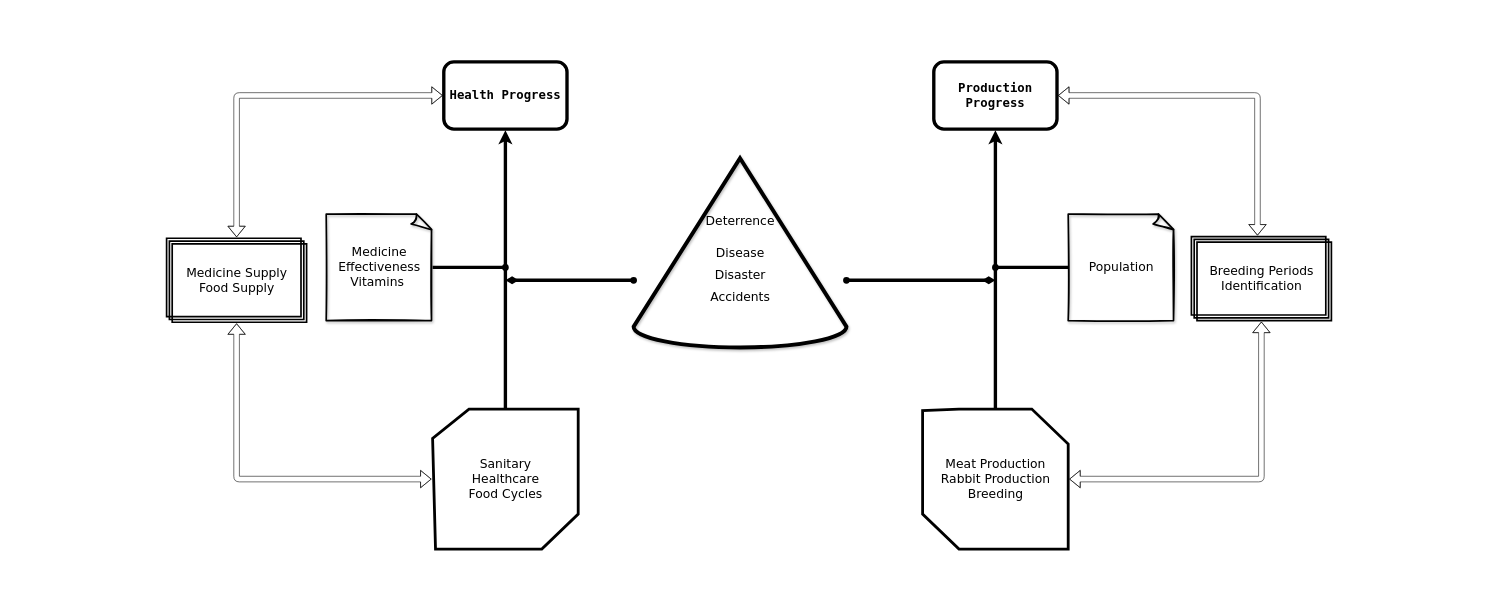
Above: Conceptual Framework.drawio in SejiMe/rpc-system (draw.io), before the change. Source tidied: cells renumbered, new cells numbered last; positions are measured from the earlier drawing's top-left corner, leaving out a move shared by most shapes. Both pictures are drawn from the tidied source at 56%, with x=0, y=0 at pixel (166, 62).
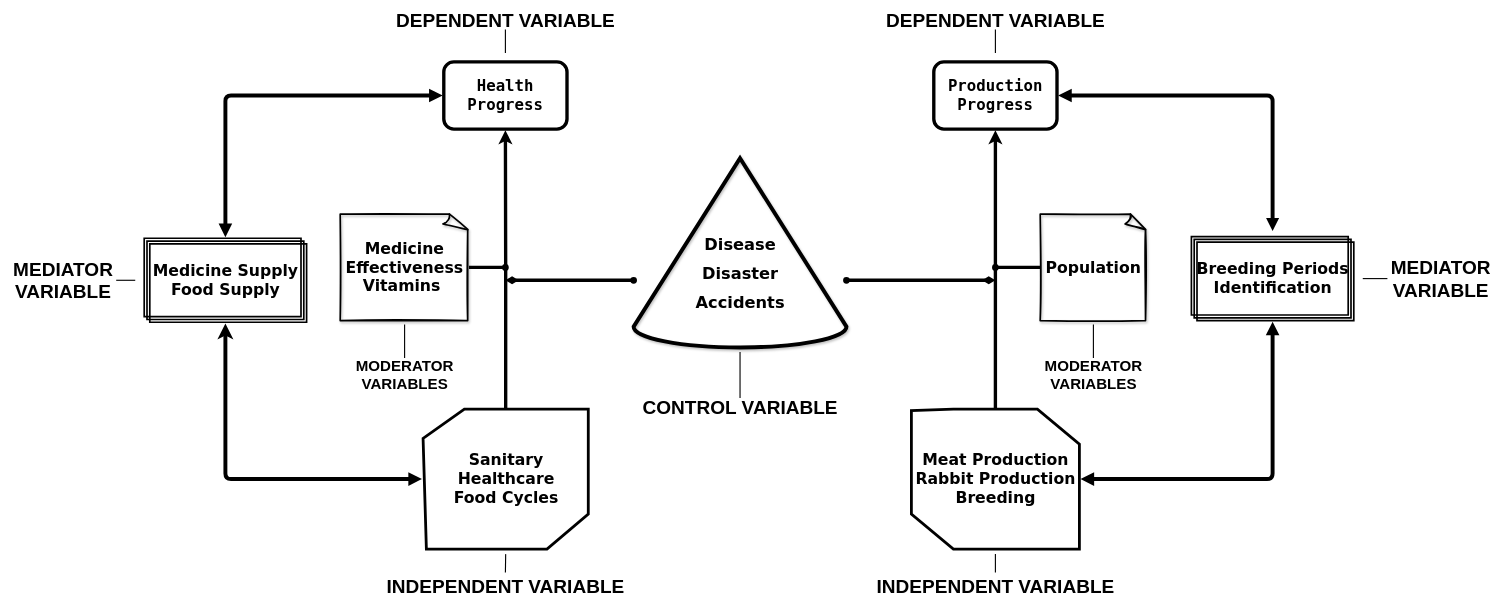
After the change.

Change to the diagram source:
```diff
@@
-    <mxCell id="4" style="edgeStyle=orthogonalEdgeStyle;shape=flexArrow;rounded=1;jumpStyle=none;jettySize=auto;html=1;fontFamily=Verdana;fontSize=22;fontColor=#000000;startArrow=oval;startFill=0;endArrow=oval;endFill=1;" parent="1" edge="1" source="5" target="12">
+    <mxCell id="4" style="edgeStyle=orthogonalEdgeStyle;rounded=1;jumpStyle=none;jettySize=auto;html=1;fontFamily=Verdana;fontSize=22;fontColor=#000000;startArrow=block;startFill=1;endArrow=block;endFill=1;strokeWidth=7;" parent="1" edge="1" source="5" target="12">
       <mxGeometry relative="1" as="geometry" />
     </mxCell>
-    <mxCell id="5" value="Health Progress" style="rounded=1;fillColor=none;fontFamily=Lucida Console;textDirection=ltr;labelBorderColor=none;strokeWidth=6;perimeterSpacing=2;fontStyle=1;fontColor=#000000;horizontal=1;whiteSpace=wrap;html=1;spacingLeft=0;fontSize=22;" parent="1" vertex="1">
+    <mxCell id="5" value="Health Progress" style="rounded=1;fillColor=none;fontFamily=Lucida Console;textDirection=ltr;labelBorderColor=none;strokeWidth=6;perimeterSpacing=2;fontStyle=1;fontColor=#000000;horizontal=1;whiteSpace=wrap;html=1;spacingLeft=0;fontSize=28;" parent="1" vertex="1">
       <mxGeometry x="495" width="220" height="120" as="geometry" />
     </mxCell>
+    <mxCell id="21" style="edgeStyle=orthogonalEdgeStyle;rounded=1;jumpStyle=line;jettySize=auto;html=1;exitX=1;exitY=0.5;exitDx=0;exitDy=0;fontSize=28;startArrow=block;startFill=1;endArrow=block;endFill=1;endSize=5;sourcePerimeterSpacing=2;targetPerimeterSpacing=8;strokeColor=default;strokeWidth=7;" parent="1" edge="1" source="6" target="14">
+      <mxGeometry relative="1" as="geometry" />
+    </mxCell>
-    <mxCell id="6" value="Production Progress" style="rounded=1;fillColor=none;fontFamily=Lucida Console;textDirection=ltr;labelBorderColor=none;strokeWidth=6;perimeterSpacing=2;fontStyle=1;fontColor=#000000;horizontal=1;whiteSpace=wrap;html=1;spacingLeft=0;fontSize=22;" parent="1" vertex="1">
+    <mxCell id="6" value="Production Progress" style="rounded=1;fillColor=none;fontFamily=Lucida Console;textDirection=ltr;labelBorderColor=none;strokeWidth=6;perimeterSpacing=2;fontStyle=1;fontColor=#000000;horizontal=1;whiteSpace=wrap;html=1;spacingLeft=0;fontSize=28;" parent="1" vertex="1">
       <mxGeometry x="1370" width="220" height="120" as="geometry" />
     </mxCell>
-    <mxCell id="7" value="&lt;p style=&quot;line-height: 0.8; font-size: 22px;&quot;&gt;Deterrence&lt;br style=&quot;font-size: 22px;&quot;&gt;&lt;br style=&quot;font-size: 22px;&quot;&gt;&lt;/p&gt;&lt;p style=&quot;line-height: 0.8; font-size: 22px;&quot;&gt;Disease&lt;/p&gt;&lt;p style=&quot;line-height: 0.8; font-size: 22px;&quot;&gt;Disaster&lt;/p&gt;&lt;p style=&quot;line-height: 0.8; font-size: 22px;&quot;&gt;Accidents&lt;/p&gt;" style="verticalLabelPosition=middle;verticalAlign=middle;html=1;shape=mxgraph.basic.cone2;dx=0.5;dy=0.89;shadow=1;labelBorderColor=none;fontFamily=Verdana;fontSize=22;strokeWidth=7;fillColor=none;labelPosition=center;align=center;strokeColor=#000000;sketch=0;spacingTop=21;" parent="1" vertex="1">
+    <mxCell id="7" value="&lt;p style=&quot;line-height: 0.8; font-size: 29px;&quot;&gt;&lt;br style=&quot;font-size: 29px;&quot;&gt;&lt;/p&gt;&lt;p style=&quot;line-height: 0.8; font-size: 29px;&quot;&gt;Disease&lt;/p&gt;&lt;p style=&quot;line-height: 0.8; font-size: 29px;&quot;&gt;Disaster&lt;/p&gt;&lt;p style=&quot;line-height: 0.8; font-size: 29px;&quot;&gt;Accidents&lt;/p&gt;" style="verticalLabelPosition=middle;verticalAlign=middle;html=1;shape=mxgraph.basic.cone2;dx=0.5;dy=0.89;shadow=1;labelBorderColor=none;fontFamily=Verdana;fontSize=29;strokeWidth=7;fillColor=none;labelPosition=center;align=center;strokeColor=#000000;sketch=0;spacingTop=21;fontStyle=1;" parent="1" vertex="1">
       <mxGeometry x="834" y="172" width="380" height="338" as="geometry" />
     </mxCell>
-    <mxCell id="8" style="edgeStyle=orthogonalEdgeStyle;rounded=1;jettySize=auto;html=1;fontFamily=Verdana;fontSize=22;fontColor=#000000;startArrow=classicThin;startFill=0;shape=flexArrow;" parent="1" edge="1" source="9" target="12">
+    <mxCell id="8" style="edgeStyle=orthogonalEdgeStyle;rounded=1;jettySize=auto;html=1;fontFamily=Verdana;fontSize=22;fontColor=#000000;startArrow=block;startFill=1;strokeWidth=7;" parent="1" edge="1" source="9" target="12">
       <mxGeometry relative="1" as="geometry" />
     </mxCell>
-    <mxCell id="9" value="Sanitary&lt;br style=&quot;font-size: 22px;&quot;&gt;Healthcare&lt;br style=&quot;font-size: 22px;&quot;&gt;Food Cycles" style="verticalLabelPosition=middle;verticalAlign=middle;html=1;shape=mxgraph.basic.polygon;polyCoords=[[0.25,0],[0.75,0],[1,0],[1,0.75],[0.75,1],[0.25,1],[0.02,1],[0,0.21]];polyline=0;shadow=0;labelBorderColor=none;sketch=0;fontFamily=Verdana;fontSize=22;strokeWidth=5;fillColor=none;gradientDirection=north;perimeterSpacing=2;labelPosition=center;align=center;strokeColor=#000000;" parent="1" vertex="1">
-      <mxGeometry x="475" y="620" width="260" height="250" as="geometry" />
+    <mxCell id="9" value="Sanitary&lt;br style=&quot;font-size: 28px;&quot;&gt;Healthcare&lt;br style=&quot;font-size: 28px;&quot;&gt;Food Cycles" style="verticalLabelPosition=middle;verticalAlign=middle;html=1;shape=mxgraph.basic.polygon;polyCoords=[[0.25,0],[0.75,0],[1,0],[1,0.75],[0.75,1],[0.25,1],[0.02,1],[0,0.21]];polyline=0;shadow=0;labelBorderColor=none;sketch=0;fontFamily=Verdana;fontSize=28;strokeWidth=5;fillColor=none;gradientDirection=north;perimeterSpacing=2;labelPosition=center;align=center;strokeColor=#000000;fontStyle=1;" parent="1" vertex="1">
+      <mxGeometry x="458" y="620" width="295" height="250" as="geometry" />
     </mxCell>
-    <mxCell id="10" style="edgeStyle=orthogonalEdgeStyle;shape=flexArrow;rounded=1;jumpStyle=none;jettySize=auto;html=1;fontFamily=Verdana;fontSize=22;fontColor=#000000;startArrow=oval;startFill=0;endArrow=oval;endFill=1;" parent="1" edge="1" source="11" target="14">
+    <mxCell id="10" style="edgeStyle=orthogonalEdgeStyle;rounded=1;jumpStyle=none;jettySize=auto;html=1;fontFamily=Verdana;fontSize=22;fontColor=#000000;startArrow=block;startFill=1;endArrow=block;endFill=1;strokeWidth=7;" parent="1" edge="1" source="11" target="14">
       <mxGeometry relative="1" as="geometry" />
     </mxCell>
-    <mxCell id="11" value="Meat Production&lt;br style=&quot;font-size: 22px;&quot;&gt;Rabbit Production&lt;br style=&quot;font-size: 22px;&quot;&gt;Breeding" style="verticalLabelPosition=middle;verticalAlign=middle;html=1;shape=mxgraph.basic.polygon;polyCoords=[[0.25,0],[0.75,0],[1,0.25],[1,1],[0.75,1],[0.25,1],[0,0.75],[0,0.01]];polyline=0;shadow=0;labelBorderColor=none;sketch=0;fontFamily=Verdana;fontSize=22;strokeWidth=5;fillColor=none;gradientDirection=north;perimeterSpacing=2;labelPosition=center;align=center;strokeColor=#000000;" parent="1" vertex="1">
-      <mxGeometry x="1350" y="620" width="260" height="250" as="geometry" />
+    <mxCell id="11" value="Meat Production&lt;br style=&quot;font-size: 28px;&quot;&gt;Rabbit Production&lt;br style=&quot;font-size: 28px;&quot;&gt;Breeding" style="verticalLabelPosition=middle;verticalAlign=middle;html=1;shape=mxgraph.basic.polygon;polyCoords=[[0.25,0],[0.75,0],[1,0.25],[1,1],[0.75,1],[0.25,1],[0,0.75],[0,0.01]];polyline=0;shadow=0;labelBorderColor=none;sketch=0;fontFamily=Verdana;fontSize=28;strokeWidth=5;fillColor=none;gradientDirection=north;perimeterSpacing=2;labelPosition=center;align=center;strokeColor=#000000;fontStyle=1;" parent="1" vertex="1">
+      <mxGeometry x="1330" y="620" width="300" height="250" as="geometry" />
     </mxCell>
-    <mxCell id="12" value="&lt;font face=&quot;Verdana&quot; style=&quot;font-size: 22px;&quot;&gt;Medicine Supply&lt;br style=&quot;font-size: 22px;&quot;&gt;Food Supply&lt;br style=&quot;font-size: 22px;&quot;&gt;&lt;/font&gt;" style="verticalLabelPosition=middle;verticalAlign=middle;html=1;shape=mxgraph.basic.layered_rect;dx=10;outlineConnect=0;labelBorderColor=none;fontFamily=Lucida Console;fontSize=22;strokeWidth=3;fillColor=none;strokeColor=#000000;labelPosition=center;align=center;textDirection=ltr;fontStyle=0;perimeterSpacing=2;shadow=0;" parent="1" vertex="1">
-      <mxGeometry y="315" width="250" height="150" as="geometry" />
+    <mxCell id="12" value="&lt;font face=&quot;Verdana&quot; style=&quot;font-size: 28px;&quot;&gt;Medicine Supply&lt;br style=&quot;font-size: 28px;&quot;&gt;Food Supply&lt;br style=&quot;font-size: 28px;&quot;&gt;&lt;/font&gt;" style="verticalLabelPosition=middle;verticalAlign=middle;html=1;shape=mxgraph.basic.layered_rect;dx=10;outlineConnect=0;labelBorderColor=none;fontFamily=Lucida Console;fontSize=28;strokeWidth=3;fillColor=none;strokeColor=#000000;labelPosition=center;align=center;textDirection=ltr;fontStyle=1;perimeterSpacing=2;shadow=0;" parent="1" vertex="1">
+      <mxGeometry x="-40" y="315" width="290" height="150" as="geometry" />
     </mxCell>
-    <mxCell id="13" style="edgeStyle=orthogonalEdgeStyle;shape=flexArrow;rounded=1;jumpStyle=none;jettySize=auto;html=1;exitX=0;exitY=0;exitDx=120;exitDy=0;exitPerimeter=0;entryX=1;entryY=0.5;entryDx=0;entryDy=0;fontFamily=Verdana;fontSize=22;fontColor=#000000;startArrow=oval;startFill=0;endArrow=oval;endFill=1;" parent="1" edge="1" source="14" target="6">
-      <mxGeometry relative="1" as="geometry">
-        <Array as="points">
-          <mxPoint x="1948" y="60" />
-        </Array>
-      </mxGeometry>
-    </mxCell>
-    <mxCell id="14" value="&lt;font face=&quot;Verdana&quot; style=&quot;font-size: 22px&quot;&gt;Breeding Periods&lt;br style=&quot;font-size: 22px&quot;&gt;Identification&lt;/font&gt;" style="verticalLabelPosition=middle;verticalAlign=middle;html=1;shape=mxgraph.basic.layered_rect;dx=10;outlineConnect=0;labelBorderColor=none;fontFamily=Lucida Console;fontSize=22;strokeWidth=3;fillColor=none;strokeColor=#000000;labelPosition=center;align=center;textDirection=ltr;fontStyle=0;perimeterSpacing=2;shadow=0;" parent="1" vertex="1">
-      <mxGeometry x="1830" y="312" width="250" height="150" as="geometry" />
+    <mxCell id="14" value="&lt;font face=&quot;Verdana&quot; style=&quot;font-size: 28px;&quot;&gt;Breeding Periods&lt;br style=&quot;font-size: 28px;&quot;&gt;Identification&lt;/font&gt;" style="verticalLabelPosition=middle;verticalAlign=middle;html=1;shape=mxgraph.basic.layered_rect;dx=10;outlineConnect=0;labelBorderColor=none;fontFamily=Lucida Console;fontSize=28;strokeWidth=3;fillColor=none;strokeColor=#000000;labelPosition=center;align=center;textDirection=ltr;fontStyle=1;perimeterSpacing=2;shadow=0;" parent="1" vertex="1">
+      <mxGeometry x="1830" y="312" width="290" height="150" as="geometry" />
     </mxCell>
@@
-    <mxCell id="16" value="Population" style="whiteSpace=wrap;html=1;shape=mxgraph.basic.document;shadow=1;labelBorderColor=none;sketch=1;fontFamily=Verdana;fontSize=22;fontColor=#000000;strokeWidth=3;fillColor=none;gradientColor=#ffffff;" parent="1" vertex="1">
-      <mxGeometry x="1610" y="272" width="190" height="190" as="geometry" />
+    <mxCell id="16" value="Population" style="whiteSpace=wrap;html=1;shape=mxgraph.basic.document;shadow=1;labelBorderColor=none;sketch=1;fontFamily=Verdana;fontSize=28;fontColor=#000000;strokeWidth=3;fillColor=none;gradientColor=#ffffff;fontStyle=1;" parent="1" vertex="1">
+      <mxGeometry x="1560" y="272" width="190" height="190" as="geometry" />
     </mxCell>
@@
-    <mxCell id="18" value="Medicine Effectiveness&lt;br style=&quot;font-size: 22px;&quot;&gt;Vitamins&amp;nbsp;" style="whiteSpace=wrap;html=1;shape=mxgraph.basic.document;shadow=1;labelBorderColor=none;sketch=1;fontFamily=Verdana;fontSize=22;fontColor=#000000;strokeWidth=3;fillColor=none;gradientColor=#ffffff;" parent="1" vertex="1">
-      <mxGeometry x="285" y="272" width="190" height="190" as="geometry" />
+    <mxCell id="18" value="Medicine Effectiveness&lt;br style=&quot;font-size: 28px;&quot;&gt;Vitamins&amp;nbsp;" style="whiteSpace=wrap;html=1;shape=mxgraph.basic.document;shadow=1;labelBorderColor=none;sketch=1;fontFamily=Verdana;fontSize=28;fontColor=#000000;strokeWidth=3;fillColor=none;gradientColor=#ffffff;fontStyle=1;" parent="1" vertex="1">
+      <mxGeometry x="310" y="272" width="230" height="190" as="geometry" />
     </mxCell>
@@
+    <mxCell id="22" style="edgeStyle=orthogonalEdgeStyle;rounded=1;jumpStyle=line;jettySize=auto;html=1;fontSize=28;startArrow=none;startFill=0;endArrow=none;endFill=0;endSize=5;sourcePerimeterSpacing=2;targetPerimeterSpacing=8;strokeColor=default;strokeWidth=2;" parent="1" edge="1" source="23" target="7">
+      <mxGeometry relative="1" as="geometry" />
+    </mxCell>
+    <mxCell id="23" value="&lt;font style=&quot;font-size: 34px;&quot;&gt;CONTROL VARIABLE&lt;/font&gt;" style="text;html=1;align=center;verticalAlign=middle;points=[];fillColor=none;strokeColor=none;rounded=0;fontStyle=1;" parent="1" vertex="1">
+      <mxGeometry x="844" y="602" width="360" height="30" as="geometry" />
+    </mxCell>
+    <mxCell id="24" style="edgeStyle=orthogonalEdgeStyle;rounded=1;jumpStyle=line;jettySize=auto;html=1;fontSize=27;startArrow=none;startFill=0;endArrow=none;endFill=0;endSize=11;sourcePerimeterSpacing=0;targetPerimeterSpacing=14;strokeColor=default;strokeWidth=2;" parent="1" edge="1" source="25" target="5">
+      <mxGeometry relative="1" as="geometry" />
+    </mxCell>
+    <mxCell id="25" value="&lt;span style=&quot;font-size: 34px;&quot;&gt;DEPENDENT VARIABLE&lt;/span&gt;" style="text;html=1;align=center;verticalAlign=middle;points=[];fillColor=none;strokeColor=none;rounded=0;fontStyle=1;" parent="1" vertex="1">
+      <mxGeometry x="400" y="-88" width="410" height="30" as="geometry" />
+    </mxCell>
+    <mxCell id="26" style="edgeStyle=orthogonalEdgeStyle;rounded=1;jumpStyle=line;jettySize=auto;html=1;fontSize=27;startArrow=none;startFill=0;endArrow=none;endFill=0;endSize=11;sourcePerimeterSpacing=0;targetPerimeterSpacing=14;strokeColor=default;strokeWidth=2;" parent="1" edge="1" source="27" target="6">
+      <mxGeometry relative="1" as="geometry" />
+    </mxCell>
+    <mxCell id="27" value="&lt;span style=&quot;font-size: 34px;&quot;&gt;DEPENDENT VARIABLE&lt;/span&gt;" style="text;html=1;align=center;verticalAlign=middle;points=[];fillColor=none;strokeColor=none;rounded=0;fontStyle=1;" parent="1" vertex="1">
+      <mxGeometry x="1275" y="-88" width="410" height="30" as="geometry" />
+    </mxCell>
+    <mxCell id="28" style="edgeStyle=orthogonalEdgeStyle;rounded=1;jumpStyle=line;jettySize=auto;html=1;fontSize=27;startArrow=none;startFill=0;endArrow=none;endFill=0;endSize=11;sourcePerimeterSpacing=10;targetPerimeterSpacing=7;strokeColor=default;strokeWidth=2;" parent="1" edge="1" source="29" target="9">
+      <mxGeometry relative="1" as="geometry" />
+    </mxCell>
+    <mxCell id="29" value="&lt;span style=&quot;font-size: 34px;&quot;&gt;INDEPENDENT VARIABLE&lt;/span&gt;" style="text;html=1;align=center;verticalAlign=middle;points=[];fillColor=none;strokeColor=none;rounded=0;fontStyle=1;" parent="1" vertex="1">
+      <mxGeometry x="385" y="922" width="440" height="30" as="geometry" />
+    </mxCell>
+    <mxCell id="30" style="edgeStyle=orthogonalEdgeStyle;rounded=1;jumpStyle=line;jettySize=auto;html=1;fontSize=27;startArrow=none;startFill=0;endArrow=none;endFill=0;endSize=11;sourcePerimeterSpacing=10;targetPerimeterSpacing=7;strokeColor=default;strokeWidth=2;" parent="1" edge="1" source="31" target="11">
+      <mxGeometry relative="1" as="geometry" />
+    </mxCell>
+    <mxCell id="31" value="&lt;span style=&quot;font-size: 34px;&quot;&gt;INDEPENDENT VARIABLE&lt;/span&gt;" style="text;html=1;align=center;verticalAlign=middle;points=[];fillColor=none;strokeColor=none;rounded=0;fontStyle=1;" parent="1" vertex="1">
+      <mxGeometry x="1260" y="922" width="440" height="30" as="geometry" />
+    </mxCell>
+    <mxCell id="32" style="edgeStyle=orthogonalEdgeStyle;rounded=1;jumpStyle=line;jettySize=auto;html=1;fontSize=27;startArrow=none;startFill=0;endArrow=none;endFill=0;endSize=11;sourcePerimeterSpacing=0;targetPerimeterSpacing=14;strokeColor=default;strokeWidth=2;" parent="1" edge="1" source="33" target="12">
+      <mxGeometry relative="1" as="geometry" />
+    </mxCell>
+    <mxCell id="33" value="&lt;span style=&quot;font-size: 34px;&quot;&gt;MEDIATOR &lt;br&gt;VARIABLE&lt;/span&gt;" style="text;html=1;align=center;verticalAlign=middle;points=[];fillColor=none;strokeColor=none;rounded=0;fontStyle=1;" parent="1" vertex="1">
+      <mxGeometry x="-280" y="365" width="190" height="50" as="geometry" />
+    </mxCell>
+    <mxCell id="34" style="edgeStyle=orthogonalEdgeStyle;rounded=1;jumpStyle=line;jettySize=auto;html=1;fontSize=27;startArrow=none;startFill=0;endArrow=none;endFill=0;endSize=11;sourcePerimeterSpacing=0;targetPerimeterSpacing=14;strokeColor=default;strokeWidth=2;" parent="1" edge="1" source="35" target="14">
+      <mxGeometry relative="1" as="geometry" />
+    </mxCell>
+    <mxCell id="35" value="&lt;span style=&quot;font-size: 34px;&quot;&gt;MEDIATOR &lt;br&gt;VARIABLE&lt;/span&gt;" style="text;html=1;align=center;verticalAlign=middle;points=[];fillColor=none;strokeColor=none;rounded=0;fontStyle=1;" parent="1" vertex="1">
+      <mxGeometry x="2180" y="362" width="190" height="50" as="geometry" />
+    </mxCell>
+    <mxCell id="36" style="edgeStyle=orthogonalEdgeStyle;rounded=1;jumpStyle=line;jettySize=auto;html=1;fontSize=27;startArrow=none;startFill=0;endArrow=none;endFill=0;endSize=11;sourcePerimeterSpacing=10;targetPerimeterSpacing=7;strokeColor=default;strokeWidth=2;" parent="1" edge="1" source="37" target="18">
+      <mxGeometry relative="1" as="geometry" />
+    </mxCell>
+    <mxCell id="37" value="&lt;span style=&quot;font-size: 27px;&quot;&gt;MODERATOR &lt;br&gt;VARIABLES&lt;/span&gt;" style="text;html=1;align=center;verticalAlign=middle;points=[];fillColor=none;strokeColor=none;rounded=0;fontStyle=1;" parent="1" vertex="1">
+      <mxGeometry x="330" y="539" width="190" height="40" as="geometry" />
+    </mxCell>
+    <mxCell id="38" style="edgeStyle=orthogonalEdgeStyle;rounded=1;jumpStyle=line;jettySize=auto;html=1;fontSize=27;startArrow=none;startFill=0;endArrow=none;endFill=0;endSize=11;sourcePerimeterSpacing=10;targetPerimeterSpacing=7;strokeColor=default;strokeWidth=2;" parent="1" edge="1" source="39" target="16">
+      <mxGeometry relative="1" as="geometry" />
+    </mxCell>
+    <mxCell id="39" value="&lt;span style=&quot;font-size: 27px;&quot;&gt;MODERATOR &lt;br&gt;VARIABLES&lt;/span&gt;" style="text;html=1;align=center;verticalAlign=middle;points=[];fillColor=none;strokeColor=none;rounded=0;fontStyle=1;" parent="1" vertex="1">
+      <mxGeometry x="1560" y="539" width="190" height="40" as="geometry" />
+    </mxCell>
```
